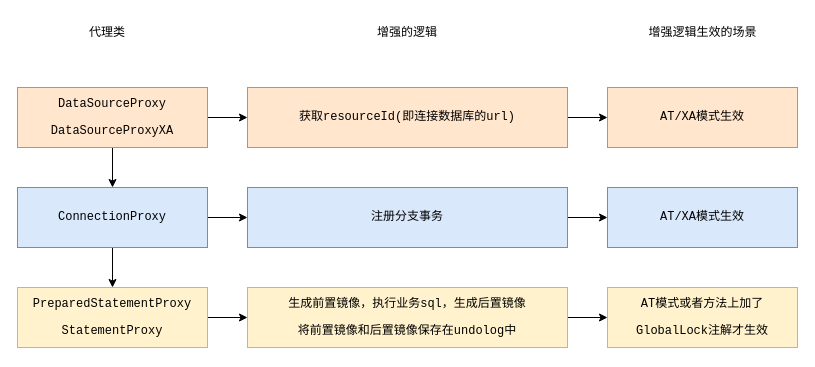
This is seata/数据源代理.drawio from erlieStar/diagrams, a draw.io file, before an edit. Source tidied: cells renumbered, new cells numbered last; positions are measured from the earlier drawing's top-left corner, leaving out a move shared by most shapes. Both pictures are drawn from the tidied source at 100%, with x=0, y=0 at pixel (17, 17).
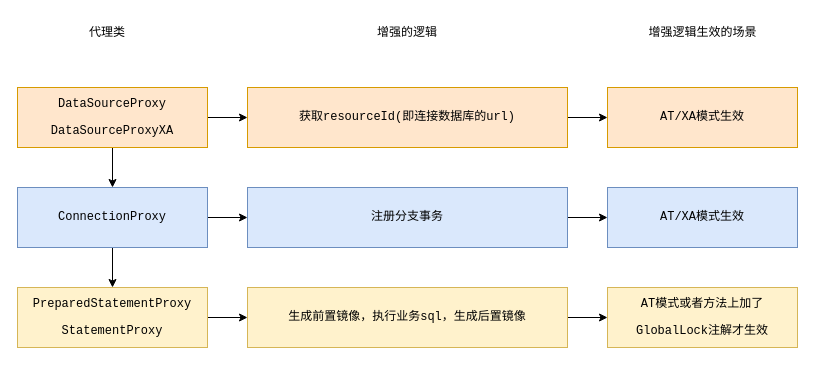
After the change.

Commit message:
Update 数据源代理.drawio

Diff of the diagram source:
```diff
@@
-    <mxCell id="15" value="&lt;pre&gt;&lt;pre&gt;&lt;pre&gt;生成前置镜像，执行业务sql，生成后置镜像&lt;/pre&gt;&lt;pre&gt;将前置镜像和后置镜像保存在undolog中&lt;/pre&gt;&lt;/pre&gt;&lt;/pre&gt;" style="rounded=0;whiteSpace=wrap;html=1;fillColor=#fff2cc;strokeColor=#d6b656;" parent="1" vertex="1">
+    <mxCell id="15" value="&lt;pre&gt;&lt;pre&gt;&lt;pre&gt;生成前置镜像，执行业务sql，生成后置镜像&lt;/pre&gt;&lt;/pre&gt;&lt;/pre&gt;" style="rounded=0;whiteSpace=wrap;html=1;fillColor=#fff2cc;strokeColor=#d6b656;" parent="1" vertex="1">
       <mxGeometry x="230" y="270" width="320" height="60" as="geometry" />
     </mxCell>
```
